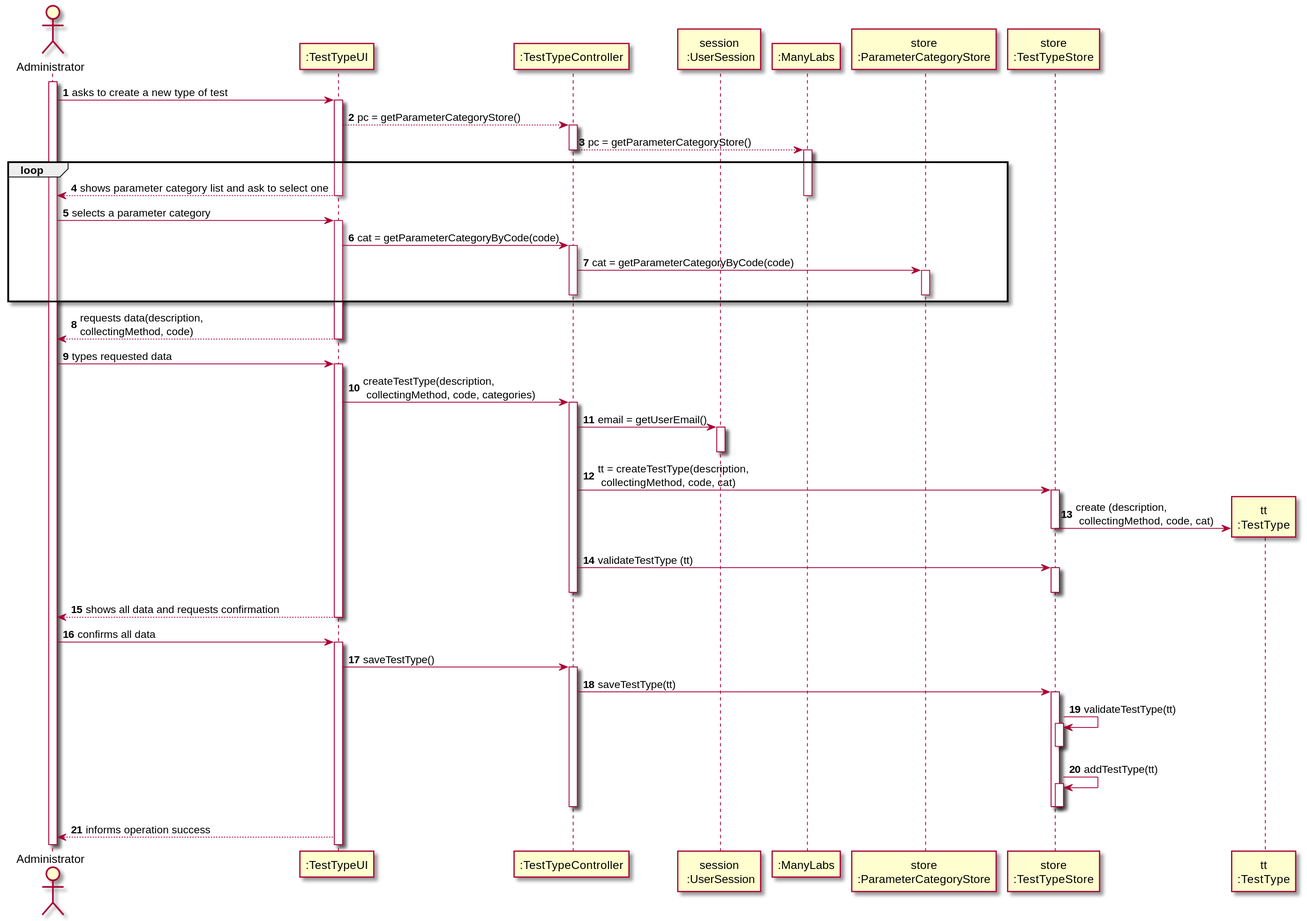
Before: docs/SprintB/US9_CreateTestType/US009_SD_v2.svg, a diagram exported from PlantUML (Pedromaia26/LAPR2-ISEP).
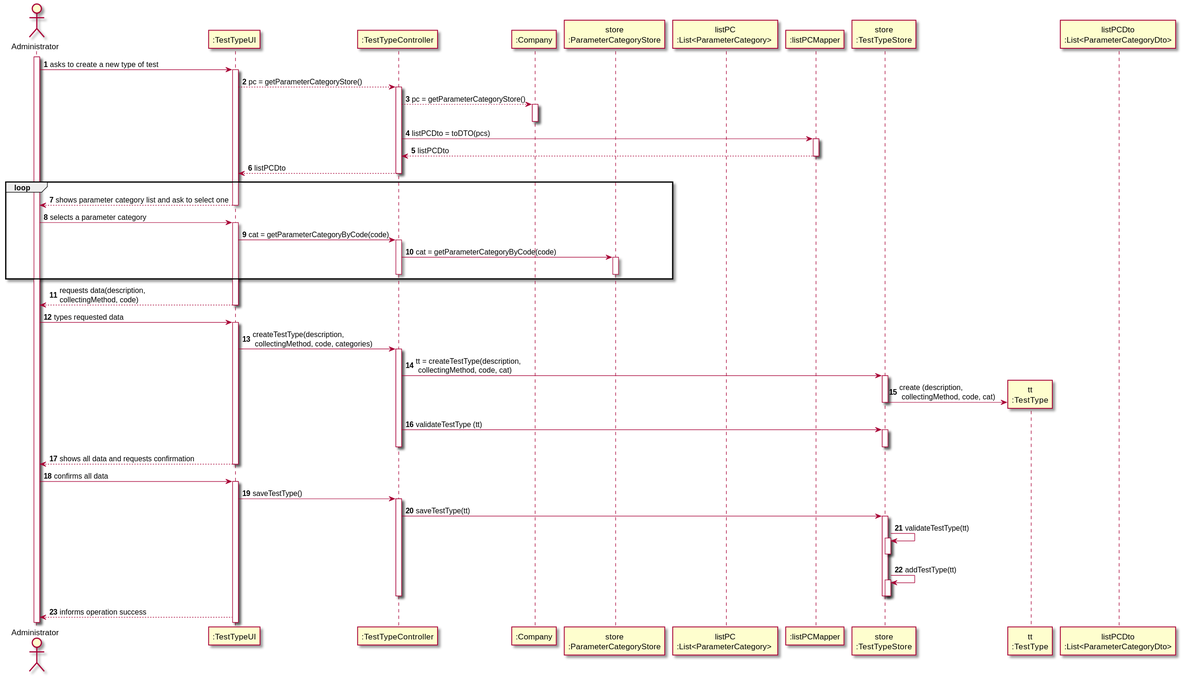
The same diagram one commit later.

Commit message:
US9 SD both alternatives Update

Diff of the diagram source:
```diff
@@ -2,11 +2,14 @@
 actor Administrator as Adm
 participant ":TestTypeUI" as UI
 participant ":TestTypeController" as TTC
-participant "session\n :UserSession" as US
-participant ":ManyLabs" as ML
+participant ":Company" as ML
 participant "store\n:ParameterCategoryStore" as PCS
+participant "listPC\n:List<ParameterCategory> " as LPC
+participant ":listPCMapper" as MAP
 participant "store\n:TestTypeStore" as TTS
 participant "tt\n:TestType" as TT
+participant "listPCDto\n:List<ParameterCategoryDto>" as DTO
+autonumber
 
 
 autonumber
@@ -18,8 +21,15 @@
 UI --> TTC: pc = getParameterCategoryStore()
 activate TTC
 TTC --> ML: pc = getParameterCategoryStore()
+activate ML
+deactivate ML
+TTC -> MAP: listPCDto = toDTO(pcs)
+activate MAP
+
+MAP --> TTC: listPCDto
+deactivate MAP
+TTC --> UI: listPCDto
 deactivate TTC
-activate ML
 loop
 UI --> Adm: shows parameter category list and ask to select one
 deactivate ML
@@ -43,9 +53,6 @@
 activate UI
 UI -> TTC: createTestType(description, \n collectingMethod, code, categories)
 activate TTC
-TTC -> US: email = getUserEmail()
-activate US
-deactivate US
 TTC -> TTS: tt = createTestType(description, \n collectingMethod, code, cat)
 activate TTS
 TTS -> TT**: create (description, \n collectingMethod, code, cat)
```
